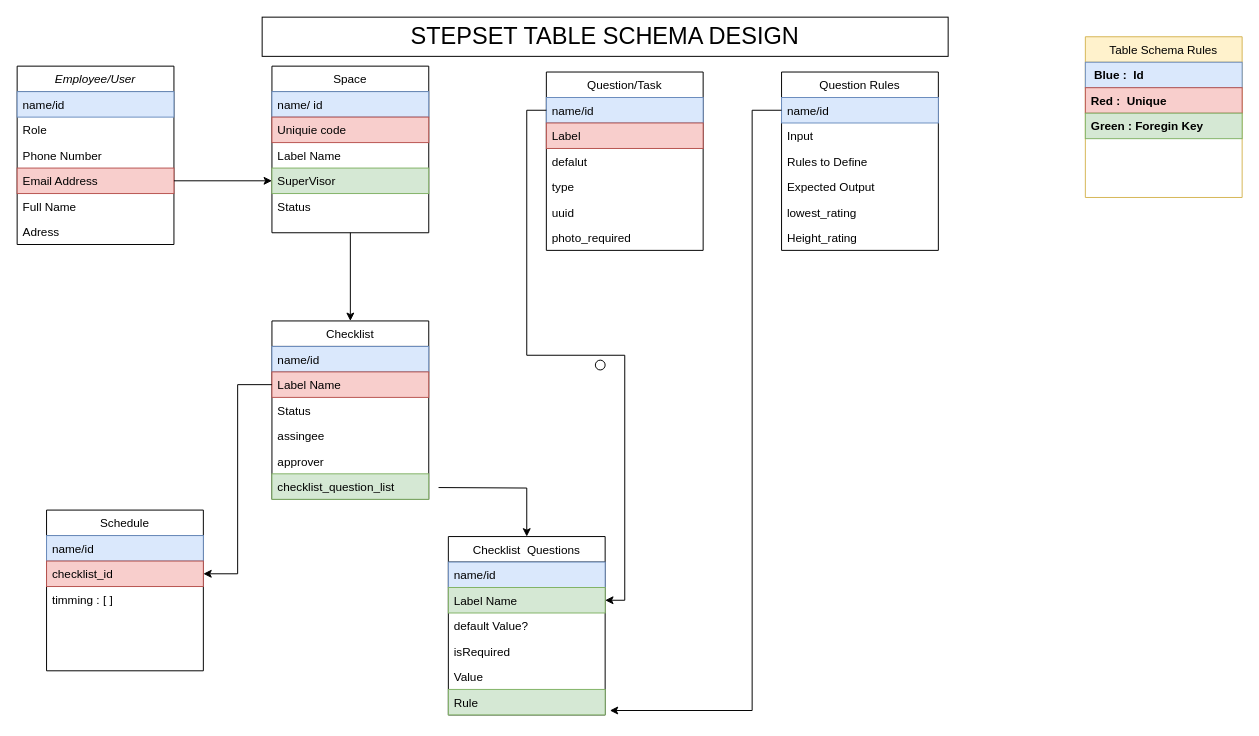
aixart12/weatherapp keeps this draw.io diagram as Untitled Diagram.drawio. Above is the earlier version. Source tidied: cells renumbered, new cells numbered last; positions are measured from the earlier drawing's top-left corner, leaving out a move shared by most shapes. Both pictures are drawn from the tidied source at 98%, with x=0, y=0 at pixel (17, 17).
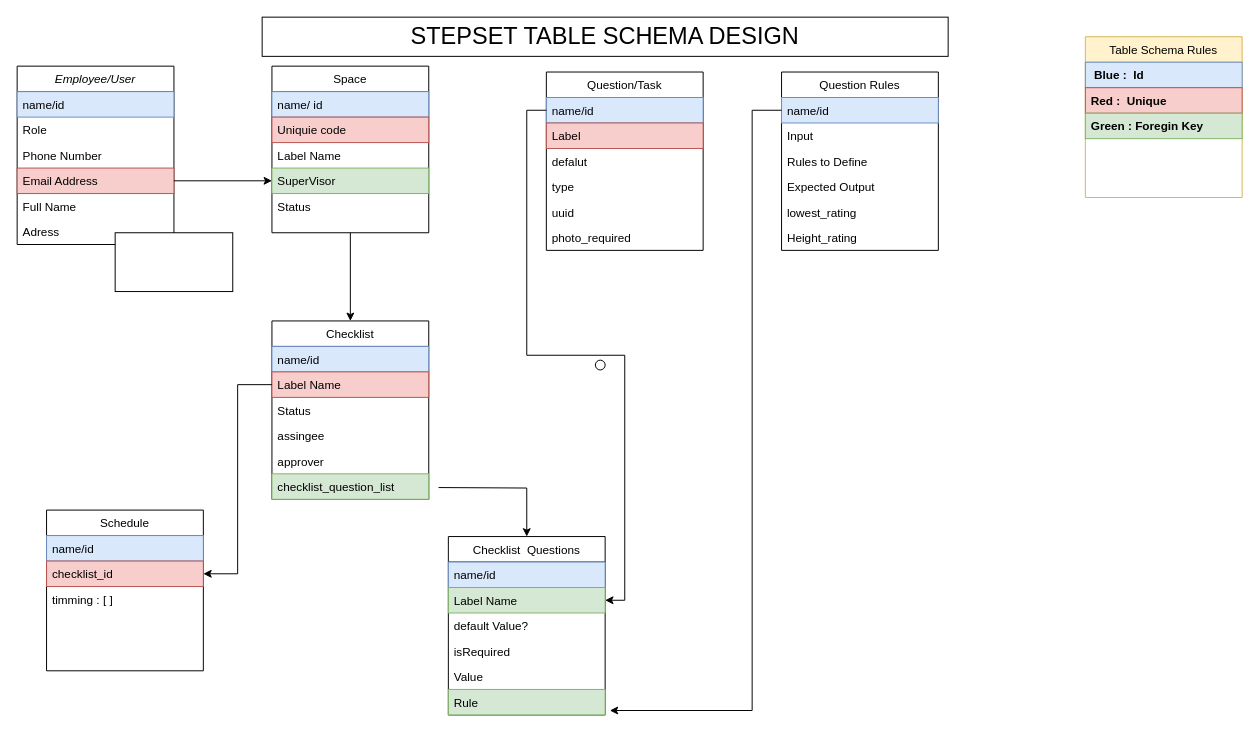
The same diagram, later.

The edit, as a diff of the source:
```diff
@@
+    <mxCell id="59" style="whiteSpace=wrap;html=1;" parent="1" vertex="1">
+      <mxGeometry x="100" y="220" width="120" height="60" as="geometry" />
+    </mxCell>
```
